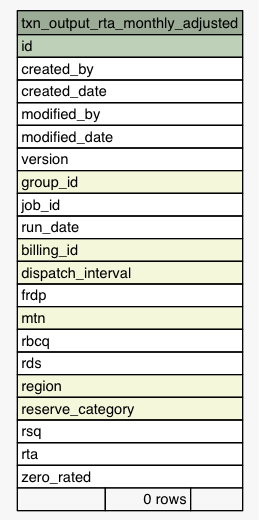
This is Data/settlement/diagrams/summary/txn_output_rta_monthly_adjusted.1degree.png from eyana-m/python-data-dictionary-writer, a Graphviz export, as it was before one commit. Its source is kept beside it as Data/settlement/diagrams/summary/txn_output_rta_monthly_adjusted.1degree.dot.
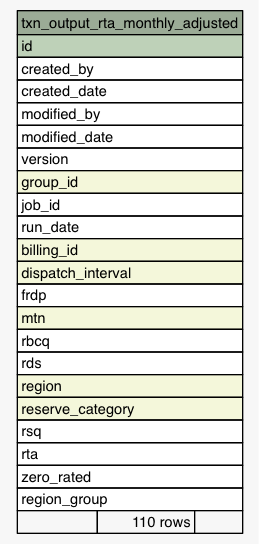
After the commit.

Diff of the diagram source:
```diff
@@ -39,7 +39,8 @@
       <TR><TD PORT="rsq" COLSPAN="3" ALIGN="LEFT">rsq</TD></TR>
       <TR><TD PORT="rta" COLSPAN="3" ALIGN="LEFT">rta</TD></TR>
       <TR><TD PORT="zero_rated" COLSPAN="3" ALIGN="LEFT">zero_rated</TD></TR>
-      <TR><TD ALIGN="LEFT" BGCOLOR="#f7f7f7">  </TD><TD ALIGN="RIGHT" BGCOLOR="#f7f7f7">0 rows</TD><TD ALIGN="RIGHT" BGCOLOR="#f7f7f7">  </TD></TR>
+      <TR><TD PORT="region_group" COLSPAN="3" ALIGN="LEFT">region_group</TD></TR>
+      <TR><TD ALIGN="LEFT" BGCOLOR="#f7f7f7">  </TD><TD ALIGN="RIGHT" BGCOLOR="#f7f7f7">110 rows</TD><TD ALIGN="RIGHT" BGCOLOR="#f7f7f7">  </TD></TR>
     </TABLE>>
     URL="tables/txn_output_rta_monthly_adjusted.html"
     tooltip="txn_output_rta_monthly_adjusted"
```
